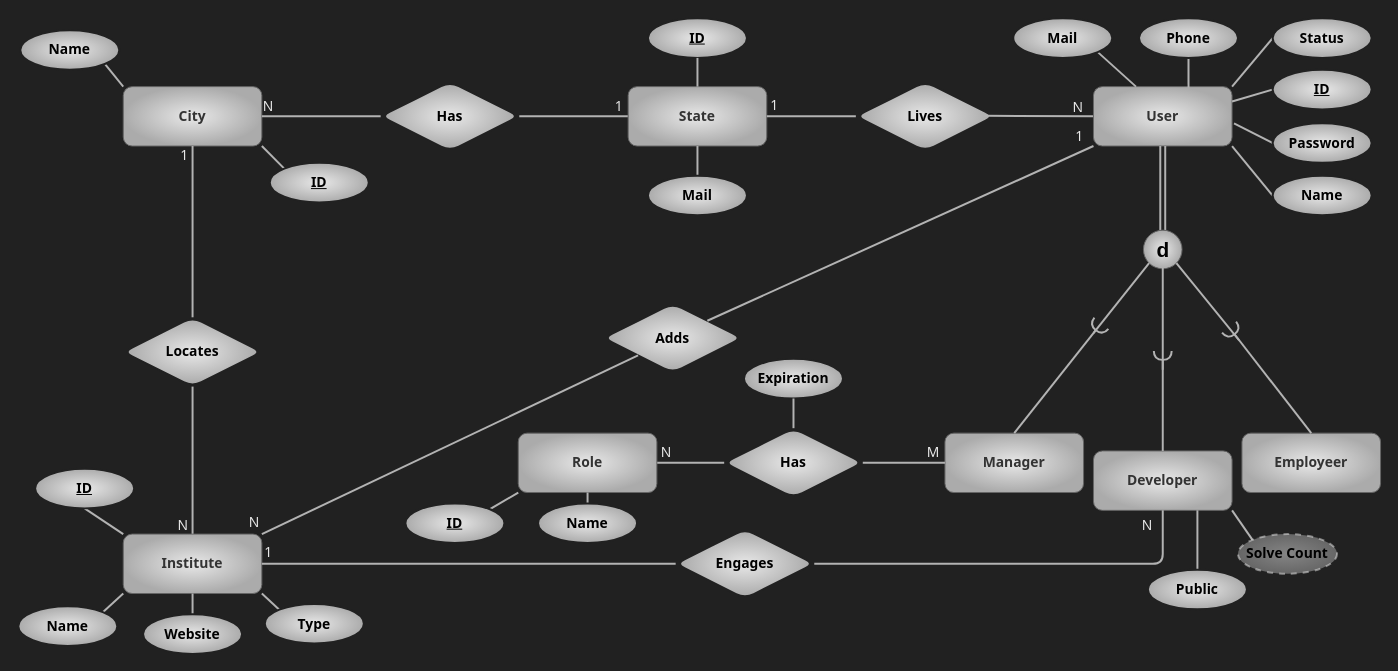
Above: page "authentication" (3 of 5) of assets/er.drawio in kntu-db/quera-norm (draw.io), before the change. Source tidied: cells renumbered, new cells numbered last; positions are measured from the earlier drawing's top-left corner, leaving out a move shared by most shapes. Both pictures are drawn from the tidied source at 99%, with x=0, y=0 at pixel (18, 18).
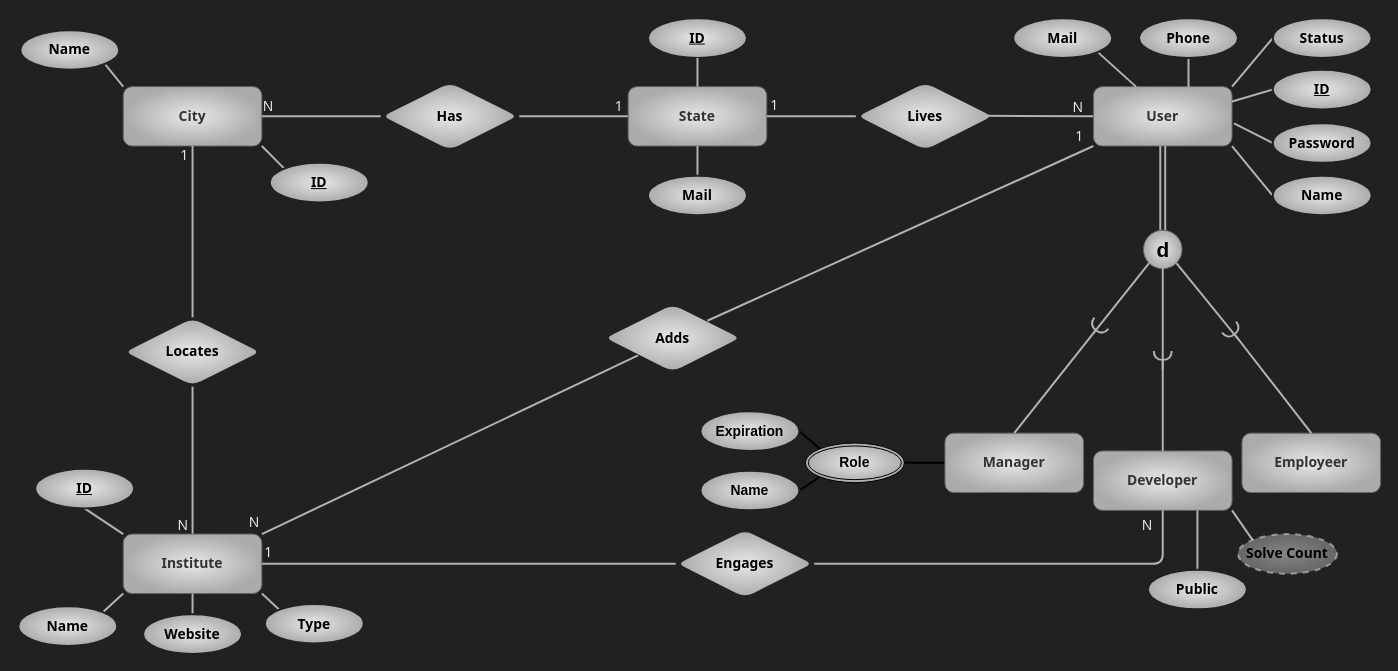
After the change.

Commit message (it also covers changes not shown here):
Role is enum so role entity should be removed

The change refers to these unchanged cells:
```xml
<mxCell id="42" value="Manager" style="whiteSpace=wrap;html=1;align=center;fontFamily=Tahoma;rounded=1;fillColor=#E8E8E8;strokeColor=#666666;fontColor=#333333;gradientColor=#ABABAB;gradientDirection=radial;fontSize=14;labelBackgroundColor=none;fontStyle=1;" parent="1" vertex="1">
  <mxGeometry x="936" y="419" width="140" height="60" as="geometry" />
</mxCell>
```

Diff of the diagram source:
```diff
@@
+    <mxCell id="89" style="edgeStyle=none;html=1;exitX=0;exitY=0.5;exitDx=0;exitDy=0;entryX=1;entryY=0.5;entryDx=0;entryDy=0;fontFamily=Helvetica;fontSize=14;fontColor=#000000;endArrow=none;endFill=0;strokeWidth=2;" parent="1" edge="1" source="42" target="66">
+      <mxGeometry relative="1" as="geometry" />
+    </mxCell>
@@
-    <mxCell id="45" style="endArrow=none;html=1;rounded=1;shadow=0;sketch=0;fontFamily=Tahoma;fontSize=14;fontColor=#E8E8E8;strokeWidth=2;fillColor=none;strokeColor=#B3B3B3;exitX=0;exitY=0.5;exitDx=0;exitDy=0;entryX=1;entryY=0.5;entryDx=0;entryDy=0;" parent="1" edge="1" source="42" target="67">
-      <mxGeometry relative="1" as="geometry" />
-    </mxCell>
-    <mxCell id="46" value="M" style="html=1;align=left;verticalAlign=bottom;rounded=1;shadow=0;glass=0;labelBackgroundColor=none;labelBorderColor=none;fontFamily=Tahoma;fontSize=14;fontColor=#E8E8E8;strokeColor=#3D3D3D;strokeWidth=1;fillColor=#E8E8E8;gradientColor=#ABABAB;gradientDirection=radial;" parent="45" vertex="1">
-      <mxGeometry x="-1" relative="1" as="geometry">
-        <mxPoint x="-20" as="offset" />
-      </mxGeometry>
-    </mxCell>
-    <mxCell id="47" style="html=1;rounded=1;shadow=0;sketch=0;fontFamily=Tahoma;fontSize=14;fontColor=#E8E8E8;strokeWidth=2;fillColor=none;strokeColor=#B3B3B3;entryX=1;entryY=0.5;entryDx=0;entryDy=0;endArrow=none;endFill=0;exitX=0;exitY=0.5;exitDx=0;exitDy=0;" parent="1" edge="1" source="67" target="66">
-      <mxGeometry relative="1" as="geometry" />
-    </mxCell>
-    <mxCell id="48" value="N" style="html=1;align=right;verticalAlign=bottom;rounded=1;shadow=0;glass=0;labelBackgroundColor=none;labelBorderColor=none;fontFamily=Tahoma;fontSize=14;fontColor=#E8E8E8;strokeColor=#3D3D3D;strokeWidth=1;fillColor=#E8E8E8;gradientColor=#ABABAB;gradientDirection=radial;" parent="47" vertex="1">
-      <mxGeometry x="1" relative="1" as="geometry">
-        <mxPoint x="15" as="offset" />
-      </mxGeometry>
-    </mxCell>
@@
-    <mxCell id="66" value="Role" style="whiteSpace=wrap;html=1;align=center;fontFamily=Tahoma;rounded=1;fillColor=#E8E8E8;strokeColor=#666666;fontColor=#333333;gradientColor=#ABABAB;gradientDirection=radial;fontSize=14;labelBackgroundColor=none;fontStyle=1;" parent="1" vertex="1">
-      <mxGeometry x="505" y="419" width="140" height="60" as="geometry" />
-    </mxCell>
-    <mxCell id="67" value="Has" style="shape=rhombus;perimeter=rhombusPerimeter;whiteSpace=wrap;html=1;align=center;rounded=1;labelBackgroundColor=none;fontFamily=Tahoma;fontSize=14;fontColor=#000000;strokeColor=#212121;strokeWidth=2;fillColor=#E8E8E8;gradientColor=#ABABAB;gradientDirection=radial;fontStyle=1;" parent="1" vertex="1">
-      <mxGeometry x="713" y="414" width="140" height="70" as="geometry" />
-    </mxCell>
-    <mxCell id="68" value="Expiration" style="ellipse;whiteSpace=wrap;html=1;align=center;rounded=1;labelBackgroundColor=none;fontFamily=Tahoma;fontSize=14;fontColor=#000000;strokeColor=#212121;strokeWidth=2;fillColor=#E8E8E8;gradientColor=#ABABAB;gradientDirection=radial;fontStyle=1;" parent="1" vertex="1">
-      <mxGeometry x="733" y="344" width="100" height="40" as="geometry" />
-    </mxCell>
-    <mxCell id="69" style="endArrow=none;html=1;rounded=1;fontFamily=Tahoma;fontSize=14;fontColor=#000000;strokeWidth=2;sketch=0;shadow=0;fillColor=none;strokeColor=#B3B3B3;entryX=0.5;entryY=0;entryDx=0;entryDy=0;exitX=0.5;exitY=1;exitDx=0;exitDy=0;" parent="1" edge="1" source="68" target="67">
-      <mxGeometry relative="1" as="geometry" />
-    </mxCell>
-    <mxCell id="70" style="edgeStyle=none;html=1;endArrow=none;endFill=0;strokeColor=#B3B3B3;strokeWidth=2;entryX=0;entryY=1;entryDx=0;entryDy=0;exitX=1;exitY=0;exitDx=0;exitDy=0;" parent="1" edge="1" source="71" target="66">
-      <mxGeometry relative="1" as="geometry" />
-    </mxCell>
-    <mxCell id="71" value="ID" style="ellipse;whiteSpace=wrap;html=1;align=center;rounded=1;labelBackgroundColor=none;fontFamily=Tahoma;fontSize=14;fontColor=#000000;strokeColor=#212121;strokeWidth=2;fillColor=#E8E8E8;gradientColor=#ABABAB;gradientDirection=radial;fontStyle=5;" parent="1" vertex="1">
-      <mxGeometry x="391" y="490" width="100" height="40" as="geometry" />
-    </mxCell>
@@
-    <mxCell id="83" style="edgeStyle=none;html=1;exitX=0.5;exitY=0;exitDx=0;exitDy=0;entryX=0.5;entryY=1;entryDx=0;entryDy=0;endArrow=none;endFill=0;strokeColor=#B3B3B3;strokeWidth=2;" parent="1" edge="1" source="84" target="66">
-      <mxGeometry relative="1" as="geometry" />
-    </mxCell>
-    <mxCell id="84" value="Name" style="ellipse;whiteSpace=wrap;html=1;align=center;rounded=1;labelBackgroundColor=none;fontFamily=Tahoma;fontSize=14;fontColor=#000000;strokeColor=#212121;strokeWidth=2;fillColor=#E8E8E8;gradientColor=#ABABAB;gradientDirection=radial;fontStyle=1;" parent="1" vertex="1">
-      <mxGeometry x="525" y="490" width="100" height="40" as="geometry" />
-    </mxCell>
@@
+    <mxCell id="66" value="Role" style="ellipse;shape=doubleEllipse;margin=3;whiteSpace=wrap;html=1;align=center;gradientColor=#ABABAB;gradientDirection=radial;fillColor=#E8E8E8;fontSize=14;fontColor=#000000;fontStyle=1;strokeColor=#000000;" parent="1" vertex="1">
+      <mxGeometry x="795" y="429" width="100" height="40" as="geometry" />
+    </mxCell>
+    <mxCell id="83" style="edgeStyle=none;html=1;exitX=1;exitY=0.5;exitDx=0;exitDy=0;entryX=0;entryY=1;entryDx=0;entryDy=0;fontFamily=Helvetica;fontSize=14;fontColor=#000000;endArrow=none;endFill=0;strokeWidth=2;" parent="1" edge="1" source="84" target="66">
+      <mxGeometry relative="1" as="geometry" />
+    </mxCell>
+    <mxCell id="84" value="Name" style="ellipse;whiteSpace=wrap;html=1;align=center;rounded=1;labelBackgroundColor=none;fontFamily=Helvetica;fontSize=14;fontColor=#000000;strokeColor=#212121;strokeWidth=2;fillColor=#E8E8E8;gradientColor=#ABABAB;gradientDirection=radial;fontStyle=1;" parent="1" vertex="1">
+      <mxGeometry x="689" y="457" width="100" height="40" as="geometry" />
+    </mxCell>
+    <mxCell id="90" style="edgeStyle=none;html=1;exitX=1;exitY=0.5;exitDx=0;exitDy=0;entryX=0;entryY=0;entryDx=0;entryDy=0;fontFamily=Helvetica;fontSize=14;fontColor=#000000;endArrow=none;endFill=0;strokeWidth=2;" parent="1" edge="1" source="68" target="66">
+      <mxGeometry relative="1" as="geometry" />
+    </mxCell>
+    <mxCell id="68" value="Expiration" style="ellipse;whiteSpace=wrap;html=1;align=center;rounded=1;labelBackgroundColor=none;fontFamily=Helvetica;fontSize=14;fontColor=#000000;strokeColor=#212121;strokeWidth=2;fillColor=#E8E8E8;gradientColor=#ABABAB;gradientDirection=radial;fontStyle=1;" parent="1" vertex="1">
+      <mxGeometry x="689" y="397" width="100" height="40" as="geometry" />
+    </mxCell>
```
